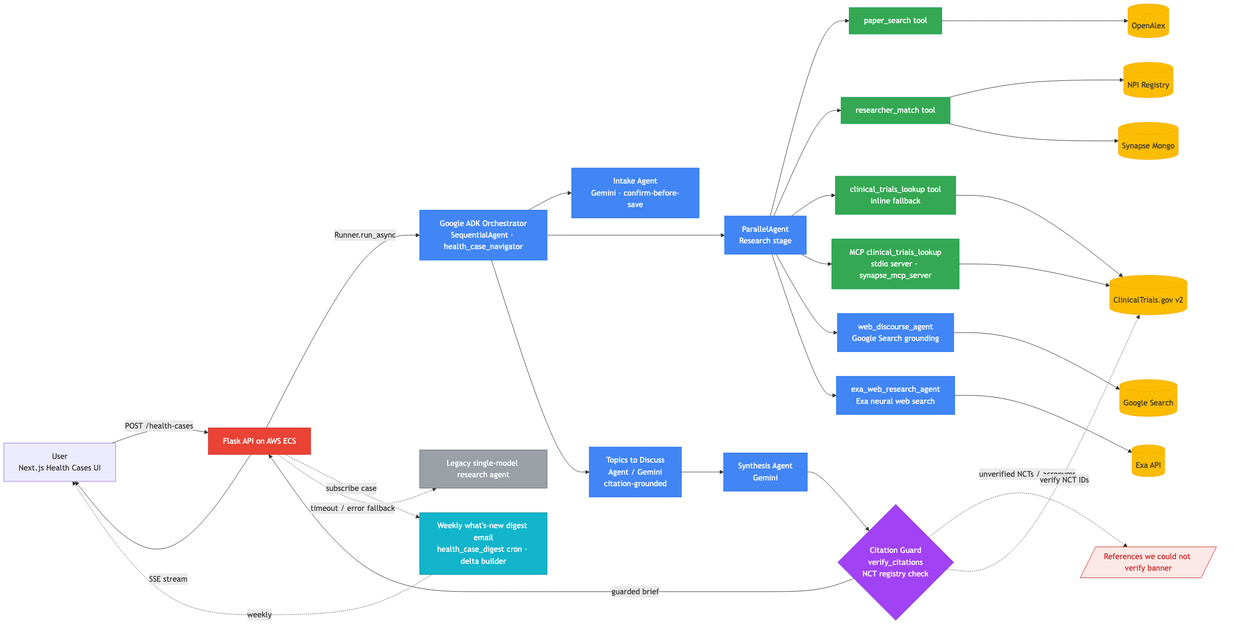
synapse-social-org/synapse-health-cases-adk keeps this Mermaid diagram as docs/architecture.png. Above is the earlier version. Its source is kept beside it as docs/architecture.mmd.
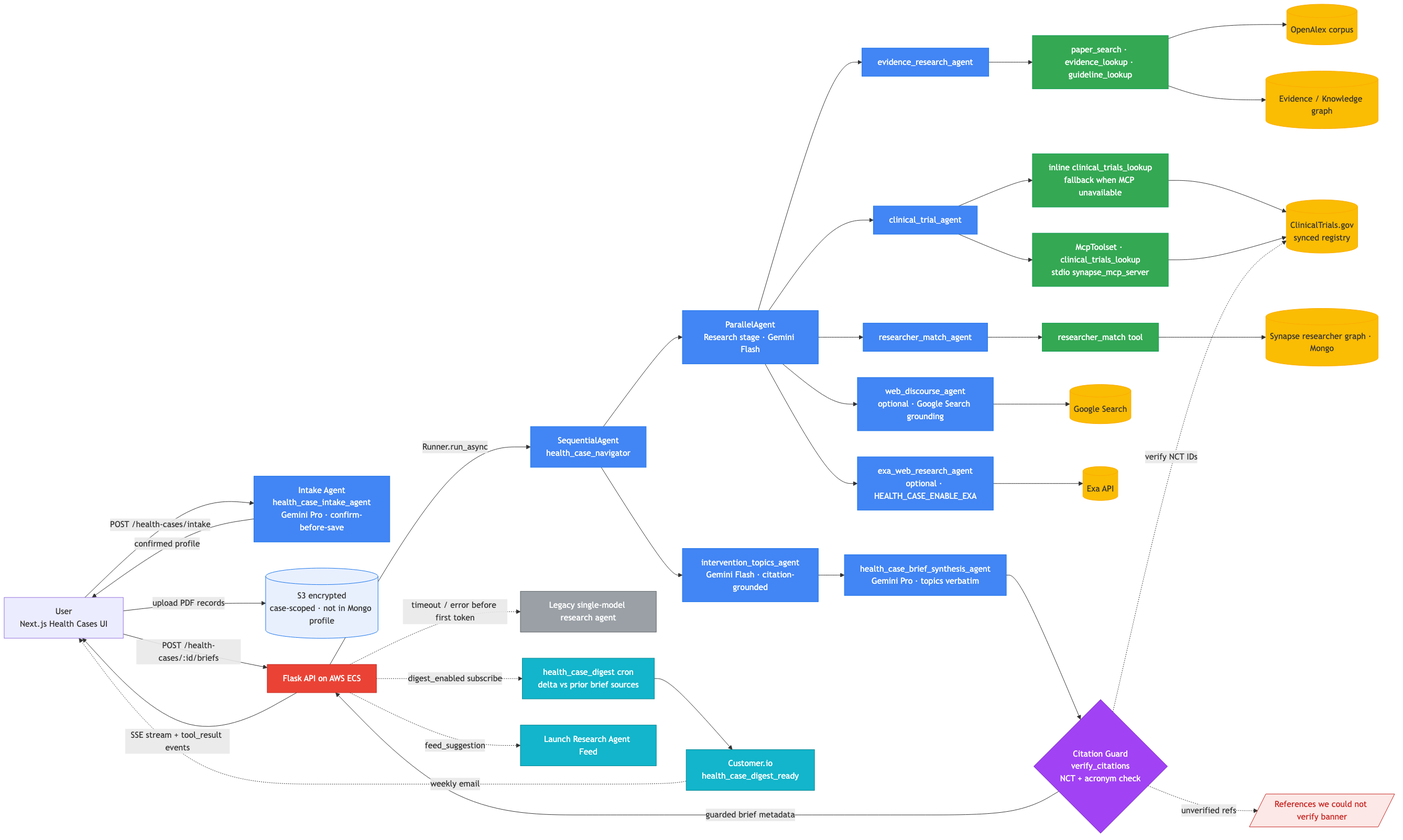
After the change.

Commit message:
docs: refresh architecture diagram to match production ADK workflow

What changed in the source:
```diff
@@ -1,44 +1,54 @@
 graph LR
-  U[User<br/>Next.js Health Cases UI] -->|POST /health-cases| API[Flask API on AWS ECS]
-  API -->|SSE stream| U
-  API -->|Runner.run_async| ADK[Google ADK Orchestrator<br/>SequentialAgent · health_case_navigator]
-  ADK --> Intake[Intake Agent<br/>Gemini · confirm-before-save]
-  ADK --> Research[ParallelAgent<br/>Research stage]
-  Research --> T1[paper_search tool]
-  Research --> T2[researcher_match tool]
-  Research --> T3[clinical_trials_lookup tool<br/>inline fallback]
-  Research --> MCP[MCP clinical_trials_lookup<br/>stdio server · synapse_mcp_server]
-  Research --> Web[web_discourse_agent<br/>Google Search grounding]
-  Research --> Exa[exa_web_research_agent<br/>Exa neural web search]
-  ADK --> Topics[Topics to Discuss<br/>Agent / Gemini<br/>citation-grounded]
-  Topics --> Synth[Synthesis Agent<br/>Gemini]
-  T1 --> OA[(OpenAlex)]
-  T2 --> NPI[(NPI Registry)]
-  T2 --> Mongo[(Synapse Mongo)]
-  T3 --> CT[(ClinicalTrials.gov v2)]
+  U[User<br/>Next.js Health Cases UI]
+  U -->|POST /health-cases/intake| Intake[Intake Agent<br/>health_case_intake_agent<br/>Gemini Pro · confirm-before-save]
+  Intake -->|confirmed profile| U
+  U -->|upload PDF records| S3[(S3 encrypted<br/>case-scoped · not in Mongo profile)]
+  U -->|POST /health-cases/:id/briefs| API[Flask API on AWS ECS]
+  API -->|SSE stream + tool_result events| U
+  API -->|Runner.run_async| Nav[SequentialAgent<br/>health_case_navigator]
+  Nav --> Research[ParallelAgent<br/>Research stage · Gemini Flash]
+  Research --> Evid[evidence_research_agent]
+  Research --> Trial[clinical_trial_agent]
+  Research --> Res[researcher_match_agent]
+  Research --> Web[web_discourse_agent<br/>optional · Google Search grounding]
+  Research --> Exa[exa_web_research_agent<br/>optional · HEALTH_CASE_ENABLE_EXA]
+  Evid --> Tools[paper_search · evidence_lookup · guideline_lookup]
+  Trial --> MCP[McpToolset · clinical_trials_lookup<br/>stdio synapse_mcp_server]
+  Trial --> Inline[inline clinical_trials_lookup<br/>fallback when MCP unavailable]
+  Res --> RM[researcher_match tool]
+  Nav --> Topics[intervention_topics_agent<br/>Gemini Flash · citation-grounded]
+  Topics --> Synth[health_case_brief_synthesis_agent<br/>Gemini Pro · topics verbatim]
+  Tools --> OA[(OpenAlex corpus)]
+  Tools --> KG[(Evidence / Knowledge graph)]
+  RM --> RG[(Synapse researcher graph · Mongo)]
+  Inline --> CT[(ClinicalTrials.gov<br/>synced registry)]
   MCP --> CT
   Web --> GoogleSearch[(Google Search)]
   Exa --> ExaAPI[(Exa API)]
-  Synth --> Guard{Citation Guard<br/>verify_citations<br/>NCT registry check}
-  Guard -->|guarded brief| API
-  Guard -.->|unverified NCTs / acronyms| Banner[/References we could not verify banner/]
+  Synth --> Guard{Citation Guard<br/>verify_citations<br/>NCT + acronym check}
+  Guard -->|guarded brief metadata| API
+  Guard -.->|unverified refs| Banner[/References we could not verify banner/]
   Guard -.->|verify NCT IDs| CT
-  API -.->|subscribe case| Digest[Weekly what's-new digest email<br/>health_case_digest cron · delta builder]
-  Digest -.->|weekly| U
-  API -.timeout / error fallback.-> Legacy[Legacy single-model research agent]
+  API -.->|timeout / error before first token| Legacy[Legacy single-model research agent]
+  API -.->|digest_enabled subscribe| Digest[health_case_digest cron<br/>delta vs prior brief sources]
+  Digest --> CIO[Customer.io<br/>health_case_digest_ready]
+  CIO -.->|weekly email| U
+  API -.->|feed_suggestion| Feed[Launch Research Agent Feed]
   classDef gcp fill:#4285F4,stroke:#1a73e8,color:white
   classDef tool fill:#34A853,stroke:#0f9d58,color:white
   classDef ext fill:#fbbc04,stroke:#f9ab00,color:#333
   classDef api fill:#EA4335,stroke:#c5221f,color:white
+  classDef storage fill:#e8f0fe,stroke:#1a73e8,color:#333
   classDef fallback fill:#9aa0a6,stroke:#5f6368,color:white
   classDef guard fill:#A142F4,stroke:#7627bb,color:white
   classDef warn fill:#fce8e6,stroke:#c5221f,color:#c5221f
   classDef monitor fill:#12B5CB,stroke:#098591,color:white
-  class ADK,Intake,Research,Synth,Topics,Web,Exa gcp
-  class T1,T2,T3,MCP tool
-  class OA,NPI,Mongo,CT,GoogleSearch,ExaAPI ext
+  class Nav,Intake,Research,Synth,Topics,Web,Exa,Evid,Trial,Res gcp
+  class Tools,MCP,Inline,RM tool
+  class OA,KG,RG,CT,GoogleSearch,ExaAPI ext
   class API api
+  class S3 storage
   class Legacy fallback
   class Guard guard
   class Banner warn
-  class Digest monitor
+  class Digest,CIO,Feed monitor
```
